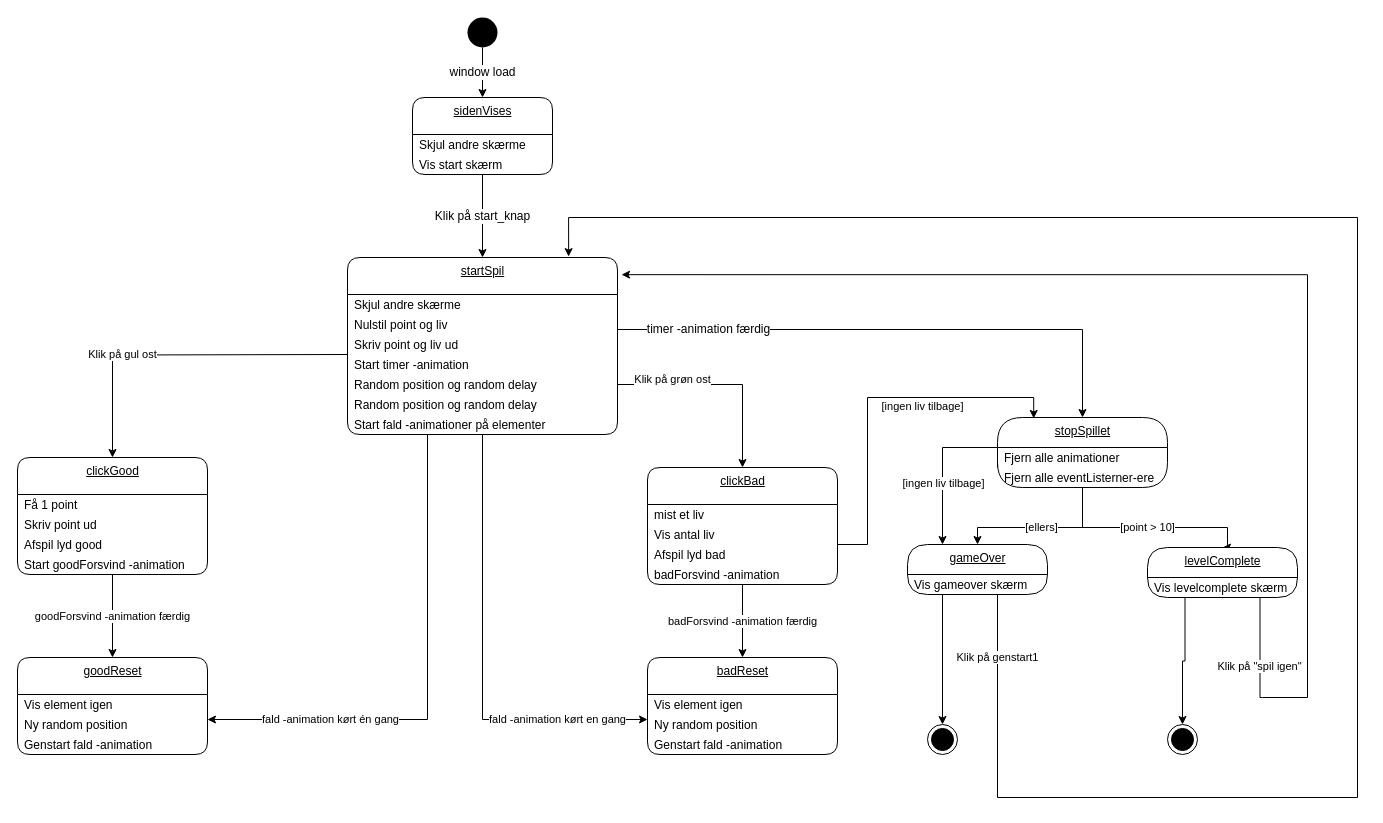
The draw.io diagram diagram1.drawio in AstaHavshoej/website, before the edit. Source tidied: cells renumbered, new cells numbered last; positions are measured from the earlier drawing's top-left corner, leaving out a move shared by most shapes. Both pictures are drawn from the tidied source at 100%, with x=0, y=0 at pixel (17, 17).
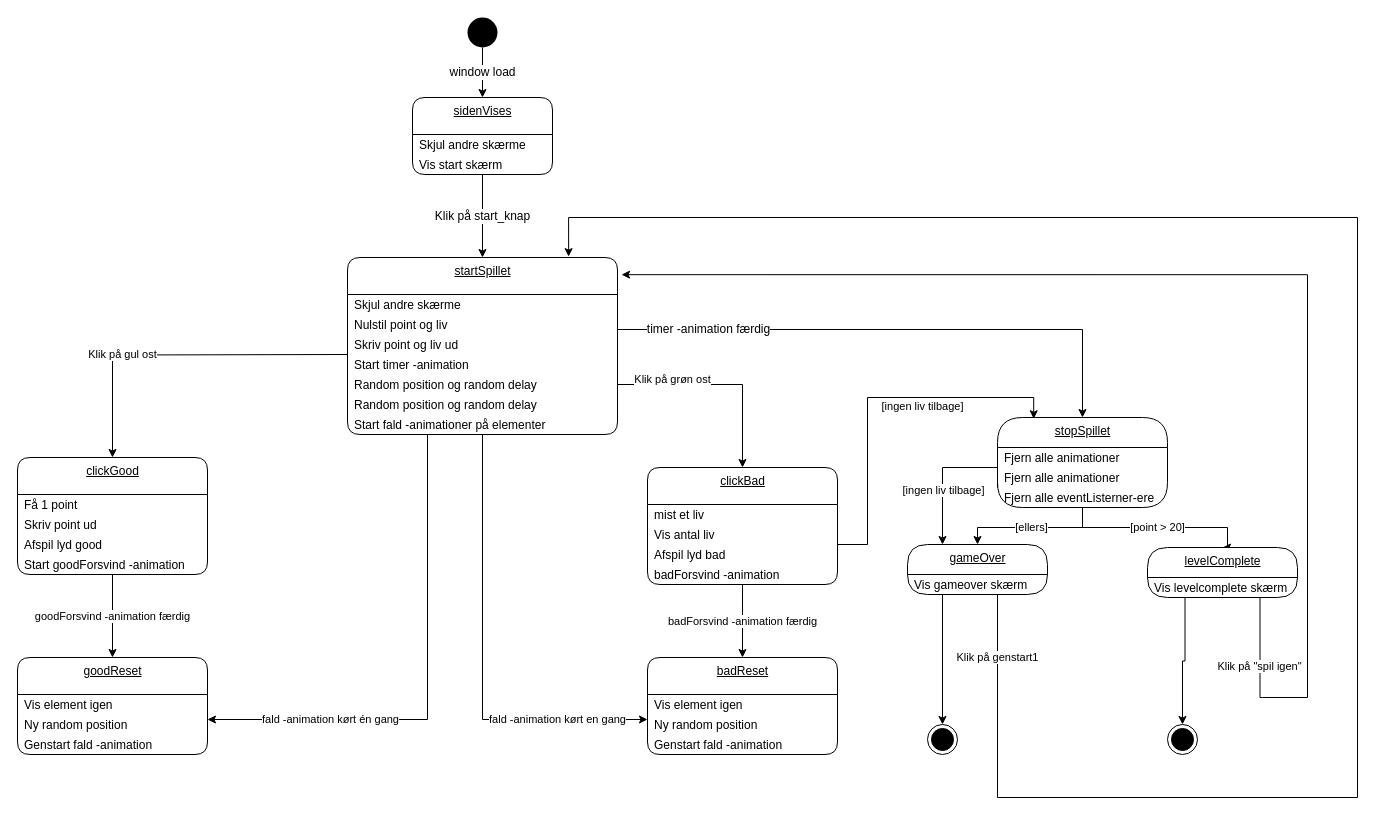
The same page after the edit.

The change refers to these unchanged cells:
```xml
<mxCell id="45" value="levelComplete" style="swimlane;fontStyle=4;align=center;verticalAlign=top;horizontal=1;startSize=30;html=1;rounded=1;absoluteArcSize=1;arcSize=92;" parent="1" vertex="1">
  <mxGeometry x="1130" y="530" width="150" height="50" as="geometry" />
</mxCell>
```

The edit, as a diff of the source:
```diff
@@
-    <mxCell id="4" value="startSpil" style="swimlane;fontStyle=4;align=center;verticalAlign=top;horizontal=1;startSize=37;html=1;rounded=1;absoluteArcSize=1;arcSize=25;" parent="1" vertex="1">
+    <mxCell id="4" value="startSpillet" style="swimlane;fontStyle=4;align=center;verticalAlign=top;horizontal=1;startSize=37;html=1;rounded=1;absoluteArcSize=1;arcSize=25;" parent="1" vertex="1">
       <mxGeometry x="330" y="240" width="270" height="177" as="geometry" />
     </mxCell>
@@
     <mxCell id="41" value="stopSpillet" style="swimlane;fontStyle=4;align=center;verticalAlign=top;horizontal=1;startSize=30;html=1;rounded=1;absoluteArcSize=1;arcSize=50;" parent="1" vertex="1">
-      <mxGeometry x="980" y="400" width="170" height="70" as="geometry" />
+      <mxGeometry x="980" y="400" width="170" height="90" as="geometry" />
     </mxCell>
@@
+    <mxCell id="60" value="Fjern alle animationer" style="fillColor=none;strokeColor=none;align=left;verticalAlign=middle;spacingLeft=5;" parent="41" vertex="1">
+      <mxGeometry y="50" width="170" height="20" as="geometry" />
+    </mxCell>
     <mxCell id="43" value="Fjern alle eventListerner-ere" style="fillColor=none;strokeColor=none;align=left;verticalAlign=middle;spacingLeft=5;" parent="41" vertex="1">
-      <mxGeometry y="50" width="170" height="20" as="geometry" />
+      <mxGeometry y="70" width="170" height="20" as="geometry" />
     </mxCell>
-    <mxCell id="44" value="[point &amp;gt; 10]" style="edgeStyle=orthogonalEdgeStyle;rounded=0;jettySize=auto;html=1;exitX=0.5;exitY=1;exitDx=0;exitDy=0;entryX=0.5;entryY=0;entryDx=0;entryDy=0;" parent="1" edge="1" source="43" target="45">
+    <mxCell id="44" value="[point &amp;gt; 20]" style="edgeStyle=orthogonalEdgeStyle;rounded=0;jettySize=auto;html=1;exitX=0.5;exitY=1;exitDx=0;exitDy=0;entryX=0.5;entryY=0;entryDx=0;entryDy=0;" parent="1" edge="1" source="43" target="45">
       <mxGeometry relative="1" as="geometry">
         <Array as="points">
           <mxPoint x="1065" y="510" />
           <mxPoint x="1210" y="510" />
         </Array>
       </mxGeometry>
     </mxCell>
```
